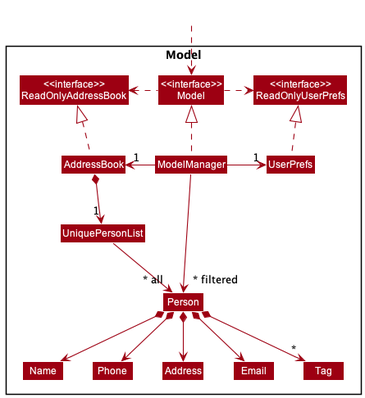
Earlier version of the PlantUML export docs/images/ModelClassDiagram.png (nus-cs2103-AY2223S2/tp). Its source is kept beside it as docs/diagrams/ModelClassDiagram.puml.
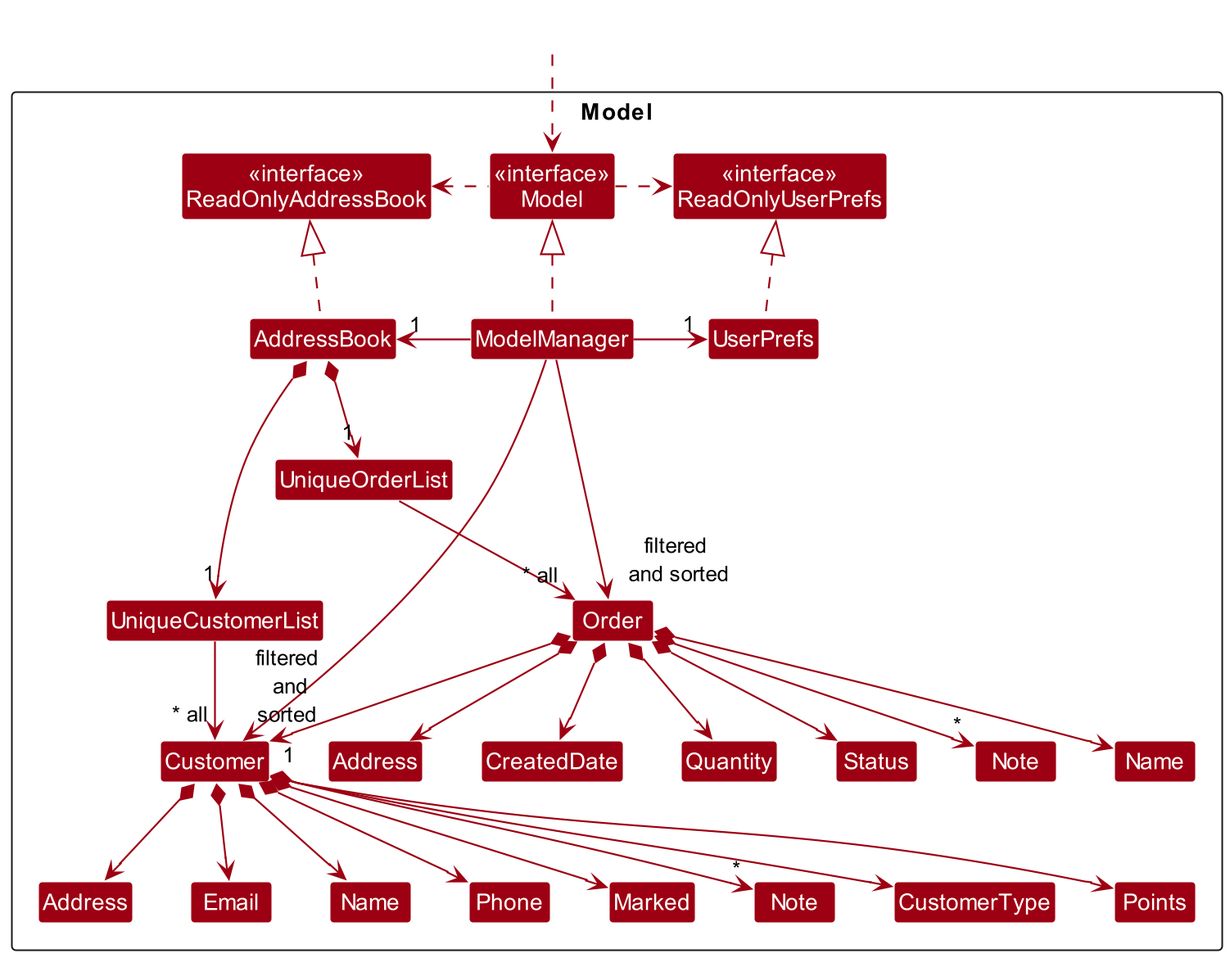
The same file after the commit.

Commit message:
Fix final issues with uml diagram

What changed in the source:
```diff
@@ -7,7 +7,7 @@
 Package Model <<Rectangle>>{
 Class "<<interface>>\nReadOnlyAddressBook" as ReadOnlyAddressBook
 Class "<<interface>>\nReadOnlyUserPrefs" as ReadOnlyUserPrefs
-Class "<<interface>>\nModel" as Model
+Class "<<interface>>\nModel" as iModel
 Class AddressBook
 Class ModelManager
 Class UserPrefs
@@ -35,13 +35,13 @@
 }
 
 Class HiddenOutside #FFFFFF
-HiddenOutside ..> Model
+HiddenOutside ..> iModel
 
 AddressBook .up.|> ReadOnlyAddressBook
 
-ModelManager .up.|> Model
-Model .right.> ReadOnlyUserPrefs
-Model .left.> ReadOnlyAddressBook
+ModelManager .up.|> iModel
+iModel .right.> ReadOnlyUserPrefs
+iModel .left.> ReadOnlyAddressBook
 ModelManager -left-> "1" AddressBook
 ModelManager -right-> "1" UserPrefs
 UserPrefs .up.|> ReadOnlyUserPrefs
@@ -66,6 +66,6 @@
 Order *--> CreatedDate
 Order *--> oName
 
-ModelManager --> "filtered\n and sorted" UniqueCustomerList
-ModelManager --> "filtered\n and sorted" UniqueOrderList
+ModelManager --> "filtered\n and\nsorted" Customer
+ModelManager --> "filtered\n and sorted" Order
 @enduml
```
